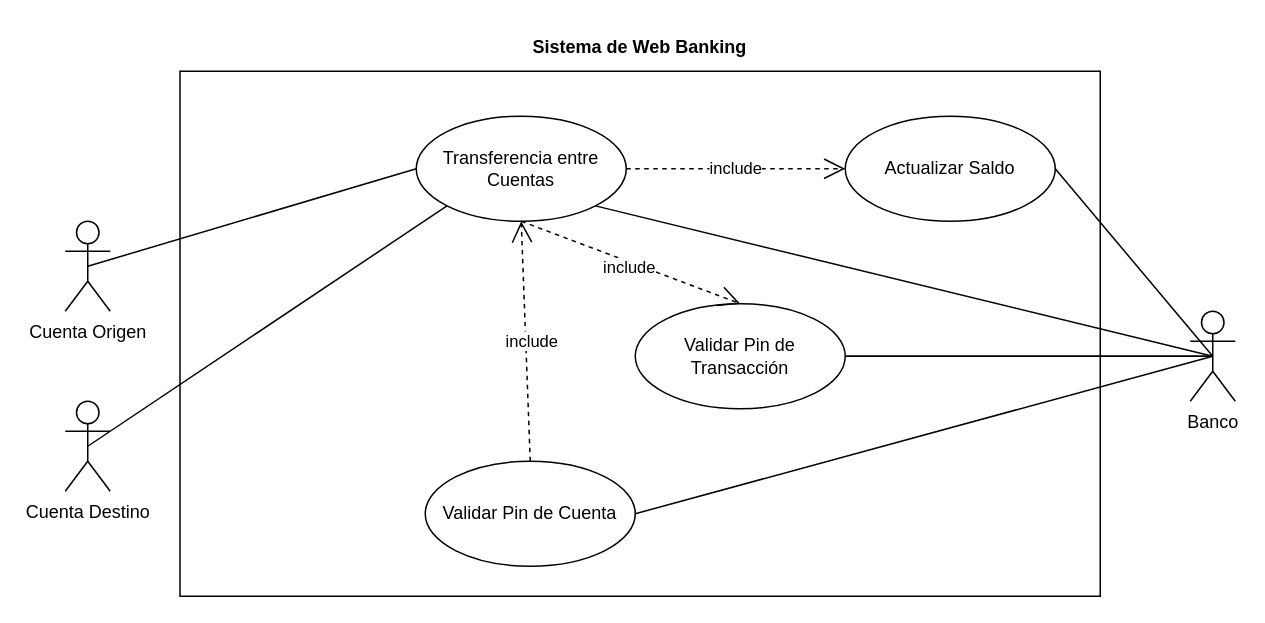
This is parcial/Casos de Uso/Caso_de_Uso_Transferencia_Entre_Cuentas.drawio from elias-gill-UNA/Compartido, a draw.io file, before an edit. Source tidied: cells renumbered, new cells numbered last; positions are measured from the earlier drawing's top-left corner, leaving out a move shared by most shapes. Both pictures are drawn from the tidied source at 150%, with x=0, y=0 at pixel (64, 26).
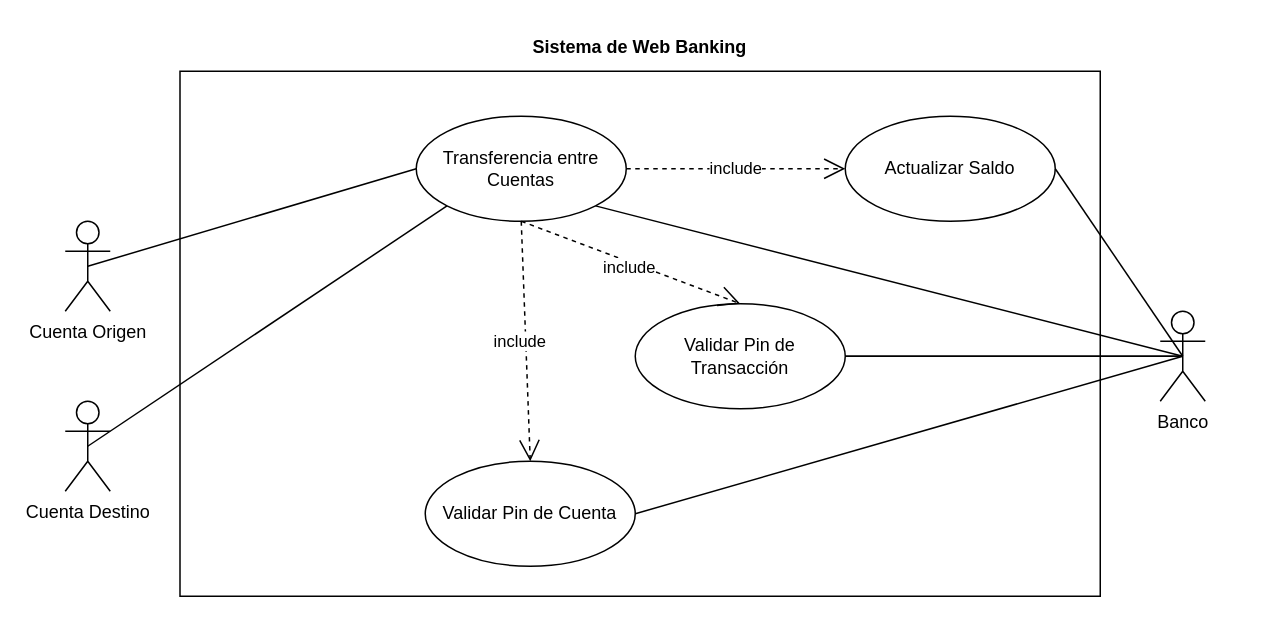
The same diagram, later.

Unchanged cells that the change refers to:
```xml
<mxCell id="9" value="Transferencia entre Cuentas" style="ellipse;whiteSpace=wrap;html=1;" parent="1" vertex="1">
  <mxGeometry x="234" y="60" width="140" height="70" as="geometry" />
</mxCell>
<mxCell id="19" value="Validar Pin de Cuenta" style="ellipse;whiteSpace=wrap;html=1;" parent="1" vertex="1">
  <mxGeometry x="240" y="290" width="140" height="70" as="geometry" />
</mxCell>
```

Diff of the diagram source:
```diff
@@
     <mxCell id="5" value="Banco" style="shape=umlActor;verticalLabelPosition=bottom;verticalAlign=top;html=1;" parent="1" vertex="1">
-      <mxGeometry x="750" y="190" width="30" height="60" as="geometry" />
+      <mxGeometry x="730" y="190" width="30" height="60" as="geometry" />
     </mxCell>
@@
-    <mxCell id="20" value="include" style="endArrow=open;endSize=12;dashed=1;html=1;rounded=0;exitX=0.5;exitY=0;exitDx=0;exitDy=0;entryX=0.5;entryY=1;entryDx=0;entryDy=0;" parent="1" edge="1" source="19" target="9">
+    <mxCell id="20" value="include" style="endArrow=open;endSize=12;dashed=1;html=1;rounded=0;exitX=0.5;exitY=1;exitDx=0;exitDy=0;entryX=0.5;entryY=0;entryDx=0;entryDy=0;" parent="1" edge="1" source="9" target="19">
       <mxGeometry y="-4" relative="1" as="geometry" />
     </mxCell>
```
